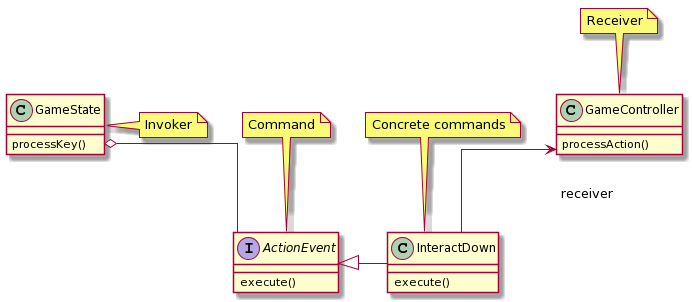
This is docs/umls/action.png from rafaelribeiro1510/ASCIIValley, a PlantUML export, as it was before one commit. Its diagram source:
```plantuml
@startuml
skinparam linetype ortho

note "Command" as n1
note "Concrete commands" as n2
note "Receiver" as n3
note "Invoker" as n4
interface ActionEvent {
  execute()
}
class InteractDown{
  execute()
}

class GameController{
  processAction()
}

class GameState{
  processKey()
}

n1 .. ActionEvent
n2 .. InteractDown
n3 .. GameController
GameState o-- ActionEvent
GameState . n4
ActionEvent <|- InteractDown
GameController <-- InteractDown : receiver
@enduml
```
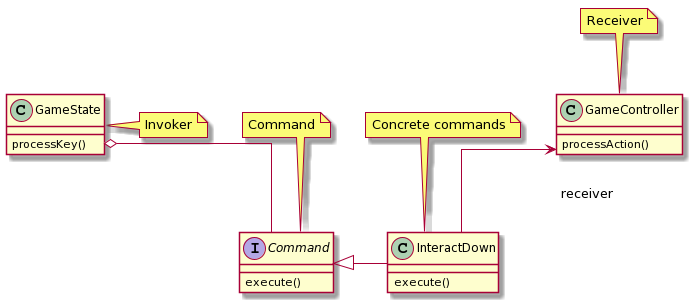
After the change.

What changed in the source:
```diff
@@ -5,7 +5,7 @@
 note "Concrete commands" as n2
 note "Receiver" as n3
 note "Invoker" as n4
-interface ActionEvent {
+interface Command {
   execute()
 }
 class InteractDown{
@@ -20,11 +20,11 @@
   processKey()
 }
 
-n1 .. ActionEvent
+n1 .. Command
 n2 .. InteractDown
 n3 .. GameController
-GameState o-- ActionEvent
+GameState o-- Command
 GameState . n4
-ActionEvent <|- InteractDown
+Command <|- InteractDown
 GameController <-- InteractDown : receiver
 @enduml
```
